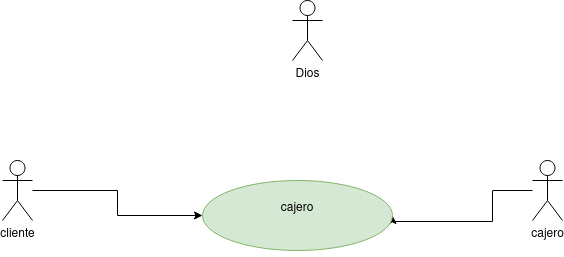
Before: images/Prueba.drawio.png, a diagram exported from draw.io (adogonz23/ETS). Source tidied: cells renumbered, new cells last; positions are measured from the earlier drawing's top-left corner, leaving out a move shared by most shapes.
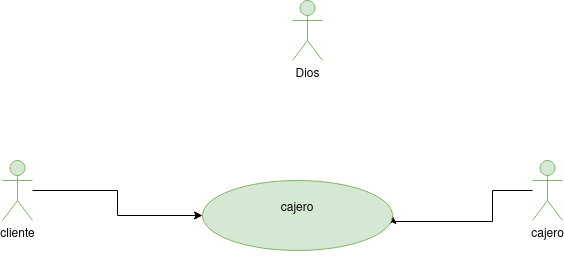
The same file after the commit.

Commit message:
actualizacion del dibojo

Diff of the diagram source:
```diff
@@ -5,7 +5,7 @@
     <mxCell id="2" style="edgeStyle=orthogonalEdgeStyle;rounded=0;jettySize=auto;html=1;" parent="1" edge="1" source="3" target="6">
       <mxGeometry relative="1" as="geometry" />
     </mxCell>
-    <mxCell id="3" value="&lt;div&gt;cliente&lt;/div&gt;&lt;div&gt;&lt;br&gt;&lt;/div&gt;" style="shape=umlActor;html=1;verticalLabelPosition=bottom;verticalAlign=top;align=center;" parent="1" vertex="1">
+    <mxCell id="3" value="&lt;div&gt;cliente&lt;/div&gt;&lt;div&gt;&lt;br&gt;&lt;/div&gt;" style="shape=umlActor;html=1;verticalLabelPosition=bottom;verticalAlign=top;align=center;fillColor=#d5e8d4;strokeColor=#82b366;" parent="1" vertex="1">
       <mxGeometry y="160" width="30" height="60" as="geometry" />
     </mxCell>
     <mxCell id="4" style="edgeStyle=orthogonalEdgeStyle;rounded=0;jettySize=auto;html=1;entryX=1;entryY=0.5;entryDx=0;entryDy=0;" parent="1" edge="1" source="5" target="6">
@@ -17,13 +17,13 @@
         </Array>
       </mxGeometry>
     </mxCell>
-    <mxCell id="5" value="&lt;div&gt;cajero&lt;/div&gt;&lt;div&gt;&lt;br&gt;&lt;/div&gt;" style="shape=umlActor;html=1;verticalLabelPosition=bottom;verticalAlign=top;align=center;" parent="1" vertex="1">
+    <mxCell id="5" value="&lt;div&gt;cajero&lt;/div&gt;&lt;div&gt;&lt;br&gt;&lt;/div&gt;" style="shape=umlActor;html=1;verticalLabelPosition=bottom;verticalAlign=top;align=center;fillColor=#d5e8d4;strokeColor=#82b366;" parent="1" vertex="1">
       <mxGeometry x="530" y="160" width="30" height="60" as="geometry" />
     </mxCell>
     <mxCell id="6" value="&lt;div&gt;cajero&lt;/div&gt;&lt;div&gt;&lt;br&gt;&lt;/div&gt;" style="ellipse;whiteSpace=wrap;html=1;fillColor=#d5e8d4;strokeColor=#82b366;" parent="1" vertex="1">
       <mxGeometry x="200" y="180" width="190" height="70" as="geometry" />
     </mxCell>
-    <mxCell id="7" value="&lt;div&gt;Dios&lt;/div&gt;&lt;div&gt;&lt;br&gt;&lt;/div&gt;" style="shape=umlActor;html=1;verticalLabelPosition=bottom;verticalAlign=top;align=center;" parent="1" vertex="1">
+    <mxCell id="7" value="&lt;div&gt;Dios&lt;/div&gt;&lt;div&gt;&lt;br&gt;&lt;/div&gt;" style="shape=umlActor;html=1;verticalLabelPosition=bottom;verticalAlign=top;align=center;fillColor=#d5e8d4;strokeColor=#82b366;" parent="1" vertex="1">
       <mxGeometry x="290" width="30" height="60" as="geometry" />
     </mxCell>
   </root>
```
